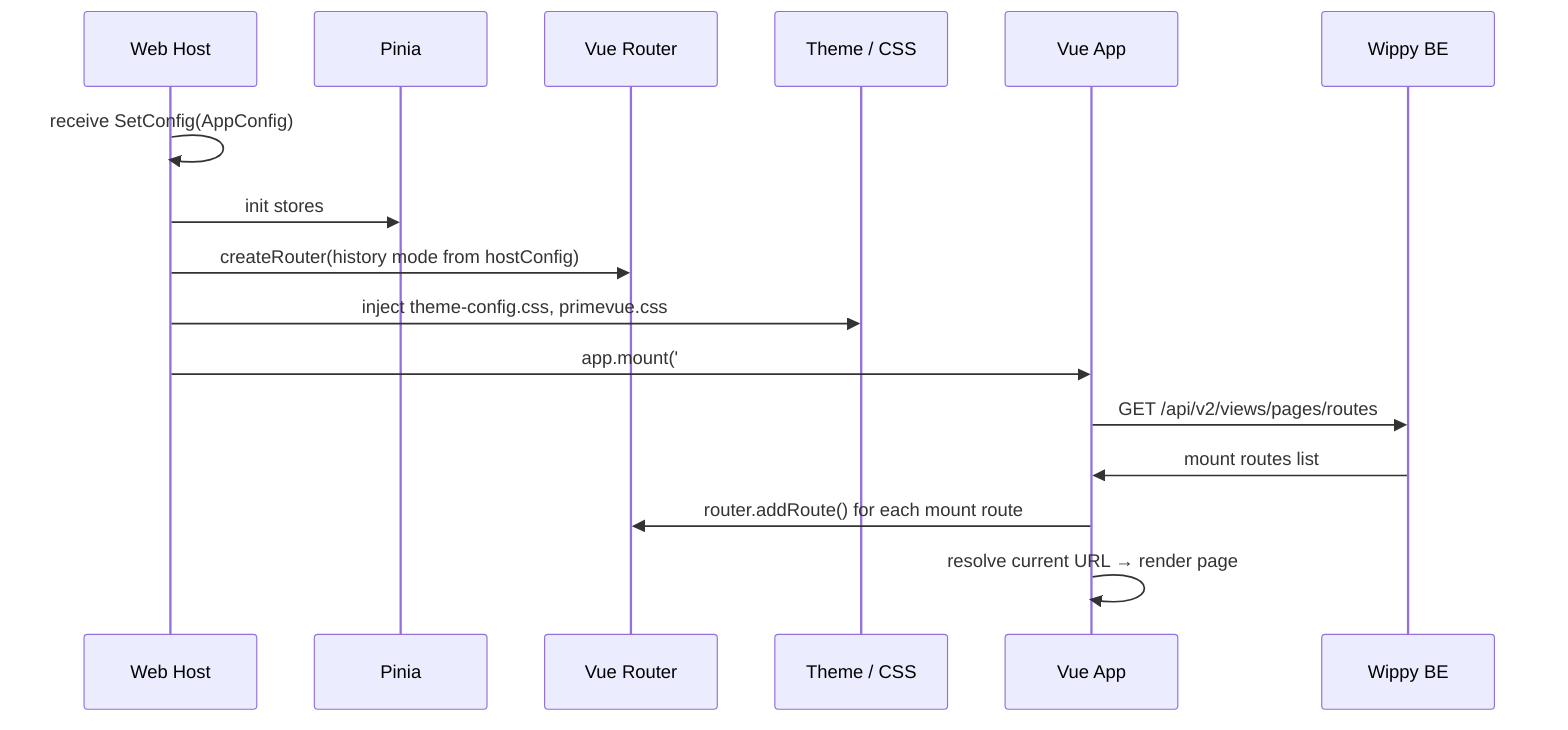
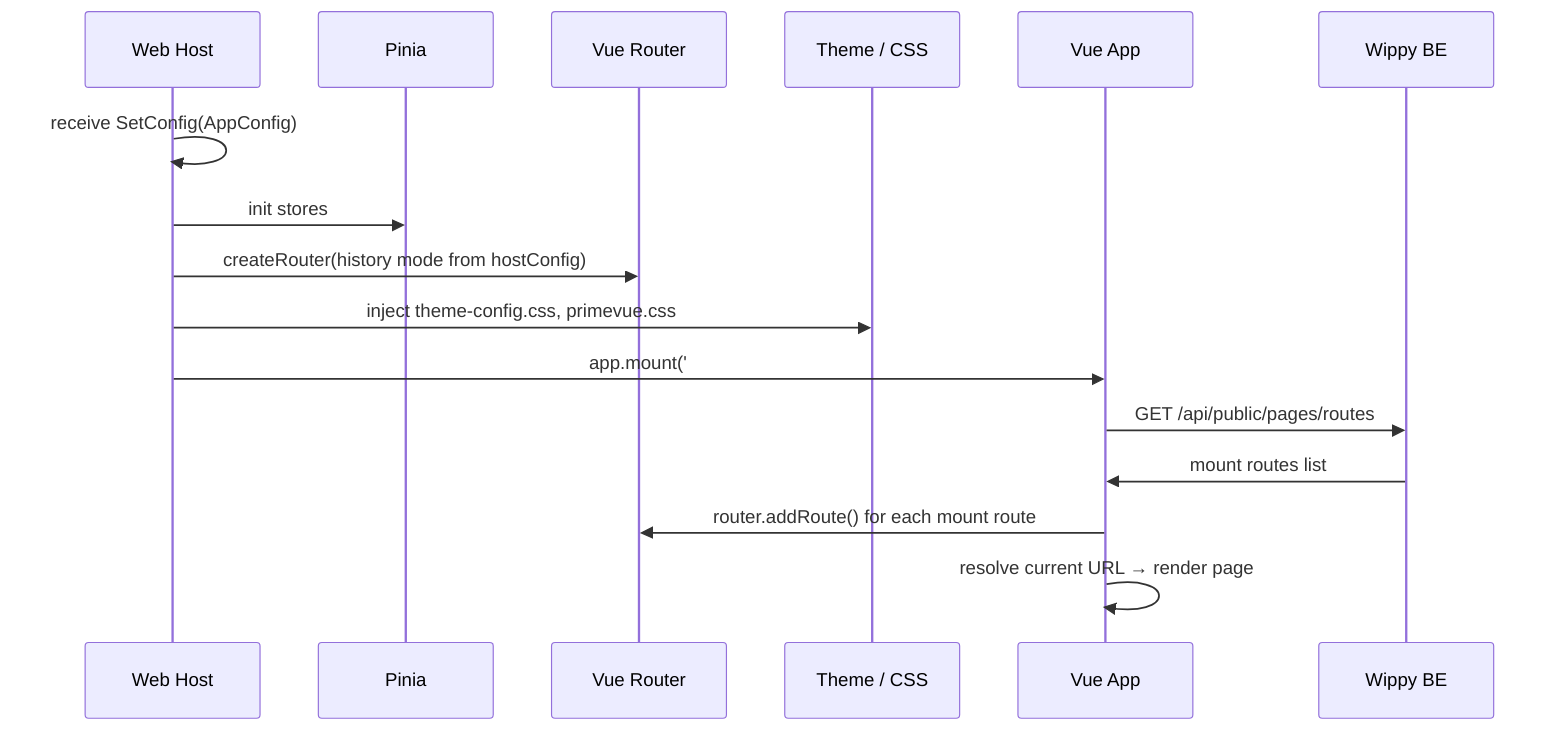
sequenceDiagram
    participant Host as Web Host
    participant Pinia
    participant Router as Vue Router
    participant Theme as Theme / CSS
    participant App as Vue App
    participant BE as Wippy BE

    Host->>Host: receive SetConfig(AppConfig)
    Host->>Pinia: init stores
    Host->>Router: createRouter(history mode from hostConfig)
    Host->>Theme: inject theme-config.css, primevue.css
    Host->>App: app.mount('#app')
-     App->>BE: GET /api/v2/views/pages/routes
+     App->>BE: GET /api/public/pages/routes
    BE->>App: mount routes list
    App->>Router: router.addRoute() for each mount route
    App->>App: resolve current URL → render page
